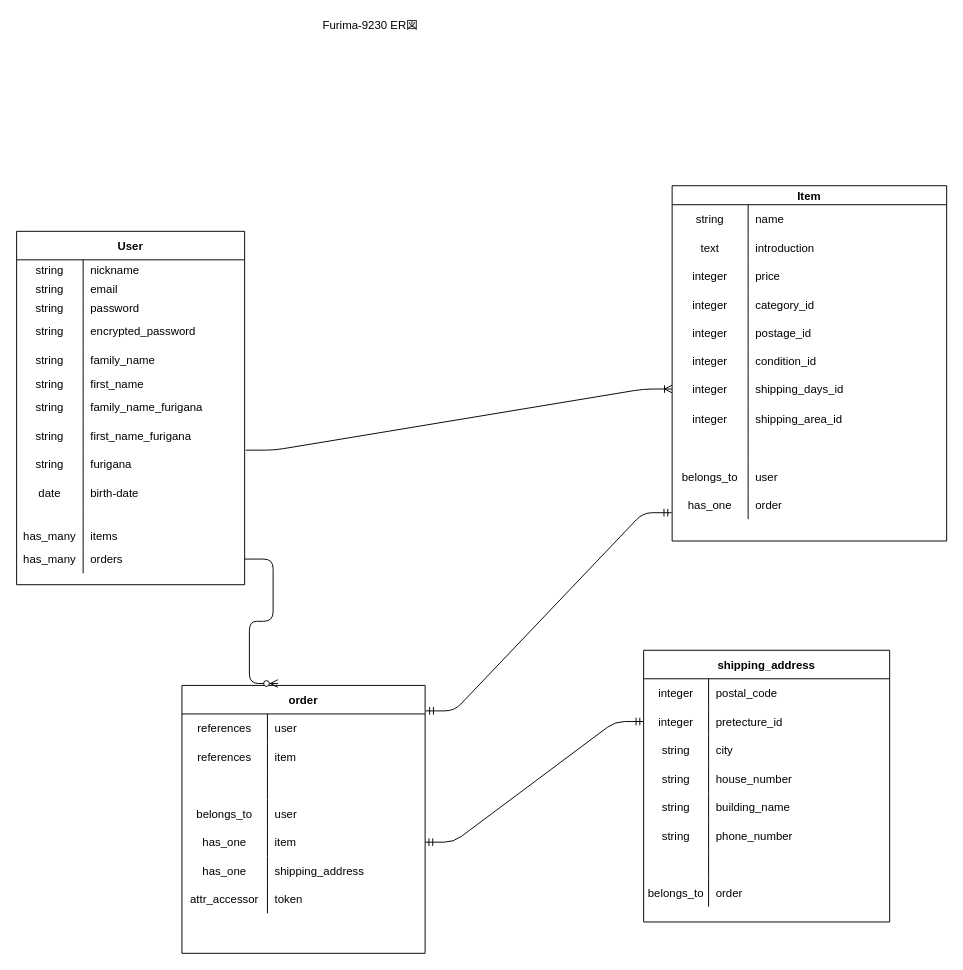
Before: test.dio in makuto114/furima-9230, a draw.io diagram. Source tidied: cells renumbered, new cells numbered last; positions are measured from the earlier drawing's top-left corner, leaving out a move shared by most shapes. Both pictures are drawn from the tidied source at 95%, with x=0, y=0 at pixel (16, 16).
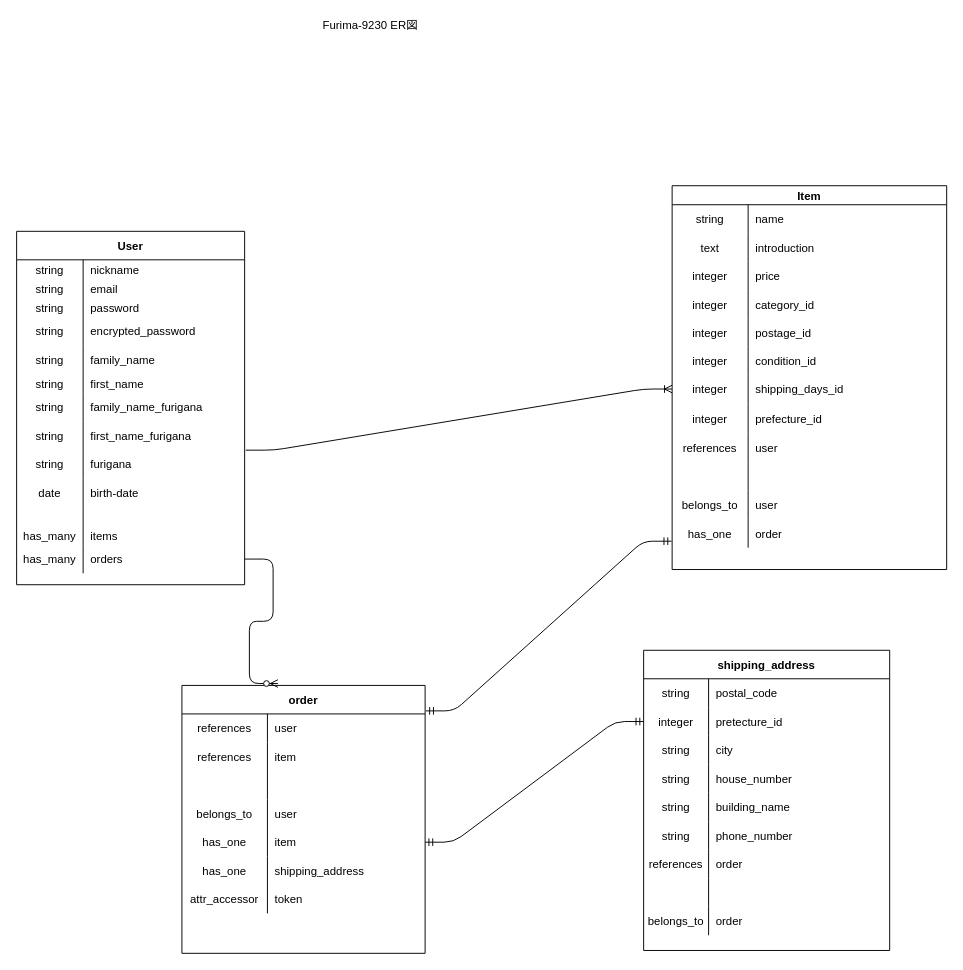
Above is the later version.

Commit message (it also covers changes not shown here):
ER図・README　修正6回目

The change refers to these unchanged cells:
```xml
<mxCell id="64" style="shape=partialRectangle;fillColor=none;top=0;left=0;bottom=0;right=0;" parent="42" vertex="1">
  <mxGeometry y="229" width="289" height="32" as="geometry" />
</mxCell>
<mxCell id="102" style="shape=partialRectangle;fillColor=none;top=0;left=0;bottom=0;right=0;" parent="101" vertex="1">
  <mxGeometry y="30" width="259" height="30" as="geometry" />
</mxCell>
```

What changed in the source:
```diff
@@
     <mxCell id="42" value="Item" style="shape=table;startSize=20;childLayout=tableLayout;rowLines=0;fontStyle=1;align=center;" parent="1" vertex="1">
-      <mxGeometry x="690" y="178" width="289" height="374" as="geometry" />
+      <mxGeometry x="690" y="178" width="289" height="404" as="geometry" />
     </mxCell>
@@
-    <mxCell id="66" value="shipping_area_id" style="shape=partialRectangle;fillColor=none;top=0;left=0;bottom=0;right=0;align=left;spacingLeft=6;overflow=hidden;" parent="64" vertex="1">
+    <mxCell id="66" value="prefecture_id" style="shape=partialRectangle;fillColor=none;top=0;left=0;bottom=0;right=0;align=left;spacingLeft=6;overflow=hidden;" parent="64" vertex="1">
       <mxGeometry x="80" width="209" height="32" as="geometry" />
     </mxCell>
+    <mxCell id="128" style="shape=partialRectangle;fillColor=none;top=0;left=0;bottom=0;right=0;" parent="42" vertex="1">
+      <mxGeometry y="261" width="289" height="30" as="geometry" />
+    </mxCell>
+    <mxCell id="129" value="references" style="shape=partialRectangle;fillColor=none;top=0;left=0;bottom=0;right=0;overflow=hidden;" parent="128" vertex="1">
+      <mxGeometry width="80" height="30" as="geometry" />
+    </mxCell>
+    <mxCell id="130" value="user" style="shape=partialRectangle;fillColor=none;top=0;left=0;bottom=0;right=0;align=left;spacingLeft=6;overflow=hidden;" parent="128" vertex="1">
+      <mxGeometry x="80" width="209" height="30" as="geometry" />
+    </mxCell>
     <mxCell id="67" style="shape=partialRectangle;fillColor=none;top=0;left=0;bottom=0;right=0;" parent="42" vertex="1">
-      <mxGeometry y="261" width="289" height="30" as="geometry" />
+      <mxGeometry y="291" width="289" height="30" as="geometry" />
     </mxCell>
@@
     <mxCell id="70" style="shape=partialRectangle;fillColor=none;top=0;left=0;bottom=0;right=0;" parent="42" vertex="1">
-      <mxGeometry y="291" width="289" height="30" as="geometry" />
+      <mxGeometry y="321" width="289" height="30" as="geometry" />
     </mxCell>
@@
     <mxCell id="73" style="shape=partialRectangle;fillColor=none;top=0;left=0;bottom=0;right=0;points=[[0,0.5],[1,0.5]];portConstraint=eastwest;" parent="42" vertex="1">
-      <mxGeometry y="321" width="289" height="30" as="geometry" />
+      <mxGeometry y="351" width="289" height="30" as="geometry" />
     </mxCell>
@@
     <mxCell id="101" value="shipping_address" style="shape=table;startSize=30;childLayout=tableLayout;rowLines=0;fontStyle=1;align=center;" parent="1" vertex="1">
-      <mxGeometry x="660" y="667" width="259" height="286" as="geometry" />
+      <mxGeometry x="660" y="667" width="259" height="316" as="geometry" />
     </mxCell>
@@
-    <mxCell id="103" value="integer" style="shape=partialRectangle;fillColor=none;top=0;left=0;bottom=0;right=0;overflow=hidden;" parent="102" vertex="1">
+    <mxCell id="103" value="string" style="shape=partialRectangle;fillColor=none;top=0;left=0;bottom=0;right=0;overflow=hidden;" parent="102" vertex="1">
       <mxGeometry width="68.4" height="30" as="geometry" />
     </mxCell>
@@
+    <mxCell id="131" style="shape=partialRectangle;fillColor=none;top=0;left=0;bottom=0;right=0;" parent="101" vertex="1">
+      <mxGeometry y="210" width="259" height="30" as="geometry" />
+    </mxCell>
+    <mxCell id="132" value="references" style="shape=partialRectangle;fillColor=none;top=0;left=0;bottom=0;right=0;overflow=hidden;" parent="131" vertex="1">
+      <mxGeometry width="68.4" height="30" as="geometry" />
+    </mxCell>
+    <mxCell id="133" value="order" style="shape=partialRectangle;fillColor=none;top=0;left=0;bottom=0;right=0;align=left;spacingLeft=6;overflow=hidden;" parent="131" vertex="1">
+      <mxGeometry x="68.4" width="190.6" height="30" as="geometry" />
+    </mxCell>
     <mxCell id="120" style="shape=partialRectangle;fillColor=none;top=0;left=0;bottom=0;right=0;" parent="101" vertex="1">
-      <mxGeometry y="210" width="259" height="30" as="geometry" />
+      <mxGeometry y="240" width="259" height="30" as="geometry" />
     </mxCell>
@@
     <mxCell id="123" style="shape=partialRectangle;fillColor=none;top=0;left=0;bottom=0;right=0;" parent="101" vertex="1">
-      <mxGeometry y="240" width="259" height="30" as="geometry" />
+      <mxGeometry y="270" width="259" height="30" as="geometry" />
     </mxCell>
```
